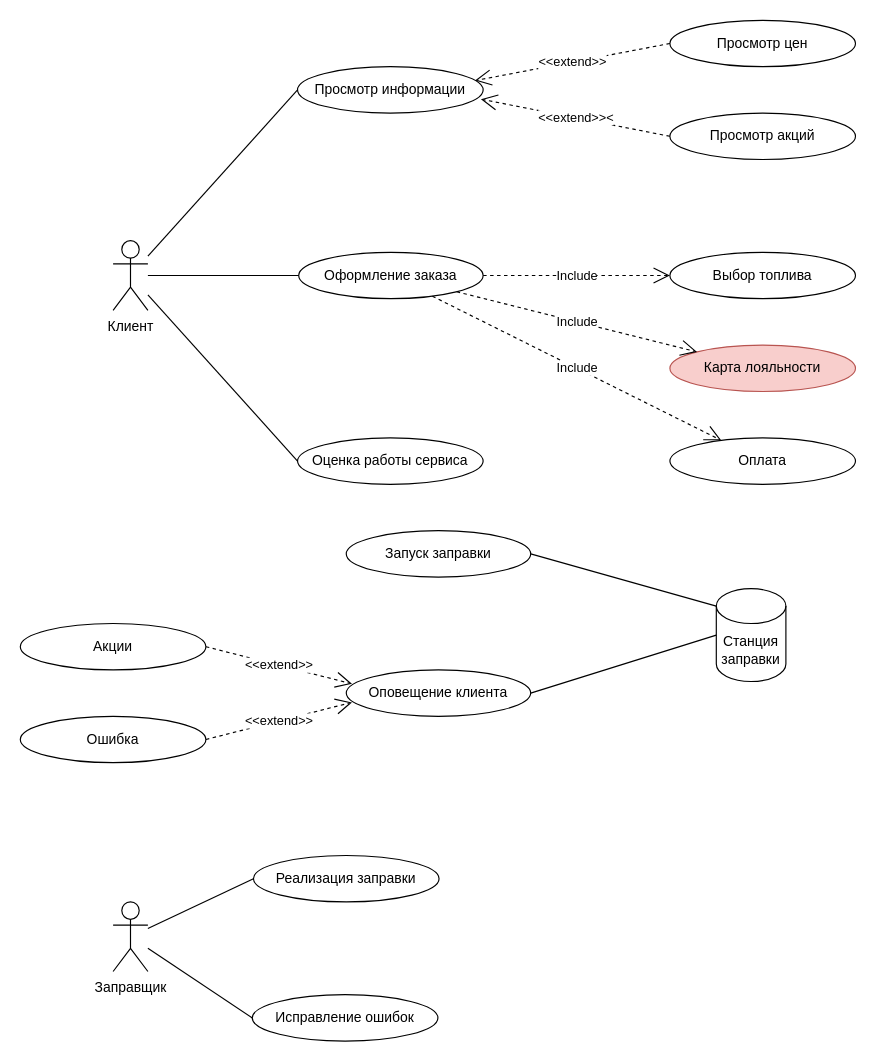
Before: IS gas station.drawio in aleksey899/gas-station, a draw.io diagram. Source tidied: cells renumbered, new cells numbered last; positions are measured from the earlier drawing's top-left corner, leaving out a move shared by most shapes. Both pictures are drawn from the tidied source at 116%, with x=0, y=0 at pixel (20, 20).
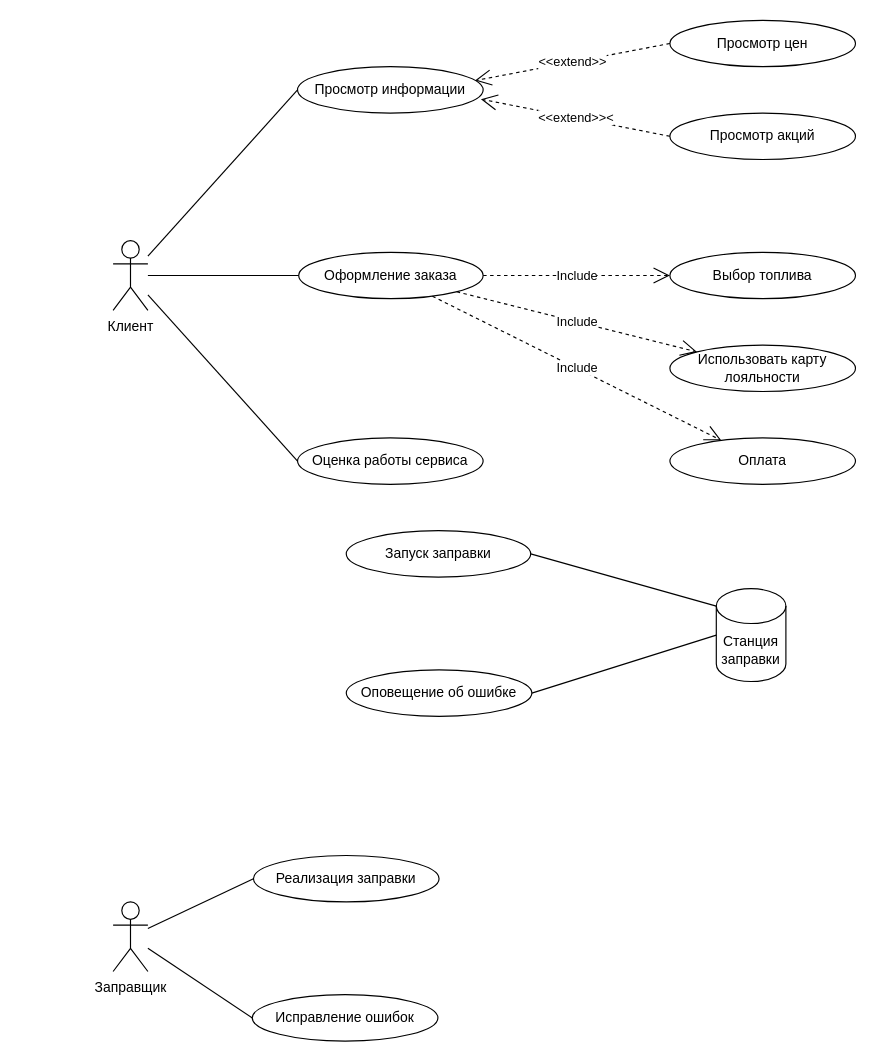
Above is the later version.

The change refers to these unchanged cells:
```xml
<mxCell id="14" value="Станция заправки" style="shape=cylinder3;whiteSpace=wrap;html=1;boundedLbl=1;backgroundOutline=1;size=15;" parent="1" vertex="1">
  <mxGeometry x="600" y="490" width="60" height="80" as="geometry" />
</mxCell>
```

Change to the diagram source:
```diff
@@
-    <mxCell id="16" style="endArrow=none;html=1;exitX=1;exitY=0.5;exitDx=0;exitDy=0;entryX=0;entryY=0.5;entryDx=0;entryDy=0;entryPerimeter=0;" parent="1" edge="1" source="24" target="14">
+    <mxCell id="16" style="endArrow=none;html=1;exitX=1;exitY=0.5;exitDx=0;exitDy=0;entryX=0;entryY=0.5;entryDx=0;entryDy=0;entryPerimeter=0;" parent="1" edge="1" source="25" target="14">
       <mxGeometry relative="1" as="geometry" />
     </mxCell>
@@
-    <mxCell id="21" value="Карта лояльности" style="ellipse;whiteSpace=wrap;html=1;fillColor=#f8cecc;strokeColor=#b85450;" parent="1" vertex="1">
+    <mxCell id="21" value="Использовать карту лояльности" style="ellipse;whiteSpace=wrap;html=1;" parent="1" vertex="1">
       <mxGeometry x="560" y="280" width="160" height="40" as="geometry" />
     </mxCell>
@@
-    <mxCell id="24" value="Оповещение клиента" style="ellipse;whiteSpace=wrap;html=1;" parent="1" vertex="1">
-      <mxGeometry x="281" y="560" width="159" height="40" as="geometry" />
-    </mxCell>
-    <mxCell id="25" value="Ошибка" style="ellipse;whiteSpace=wrap;html=1;" parent="1" vertex="1">
-      <mxGeometry y="600" width="160" height="40" as="geometry" />
+    <mxCell id="25" value="Оповещение об ошибке" style="ellipse;whiteSpace=wrap;html=1;" parent="1" vertex="1">
+      <mxGeometry x="281" y="560" width="160" height="40" as="geometry" />
     </mxCell>
-    <mxCell id="26" value="Акции" style="ellipse;whiteSpace=wrap;html=1;" parent="1" vertex="1">
-      <mxGeometry y="520" width="160" height="40" as="geometry" />
-    </mxCell>
@@
-    <mxCell id="31" value="&amp;lt;&amp;lt;extend&amp;gt;&amp;gt;" style="endArrow=open;endSize=12;dashed=1;html=1;exitX=1;exitY=0.5;exitDx=0;exitDy=0;entryX=0.031;entryY=0.7;entryDx=0;entryDy=0;entryPerimeter=0;" parent="1" edge="1" source="25" target="24">
-      <mxGeometry relative="1" as="geometry" />
-    </mxCell>
-    <mxCell id="32" value="&amp;lt;&amp;lt;extend&amp;gt;&amp;gt;" style="endArrow=open;endSize=12;dashed=1;html=1;exitX=1;exitY=0.5;exitDx=0;exitDy=0;entryX=0.031;entryY=0.3;entryDx=0;entryDy=0;entryPerimeter=0;" parent="1" edge="1" source="26" target="24">
-      <mxGeometry relative="1" as="geometry" />
-    </mxCell>
```
